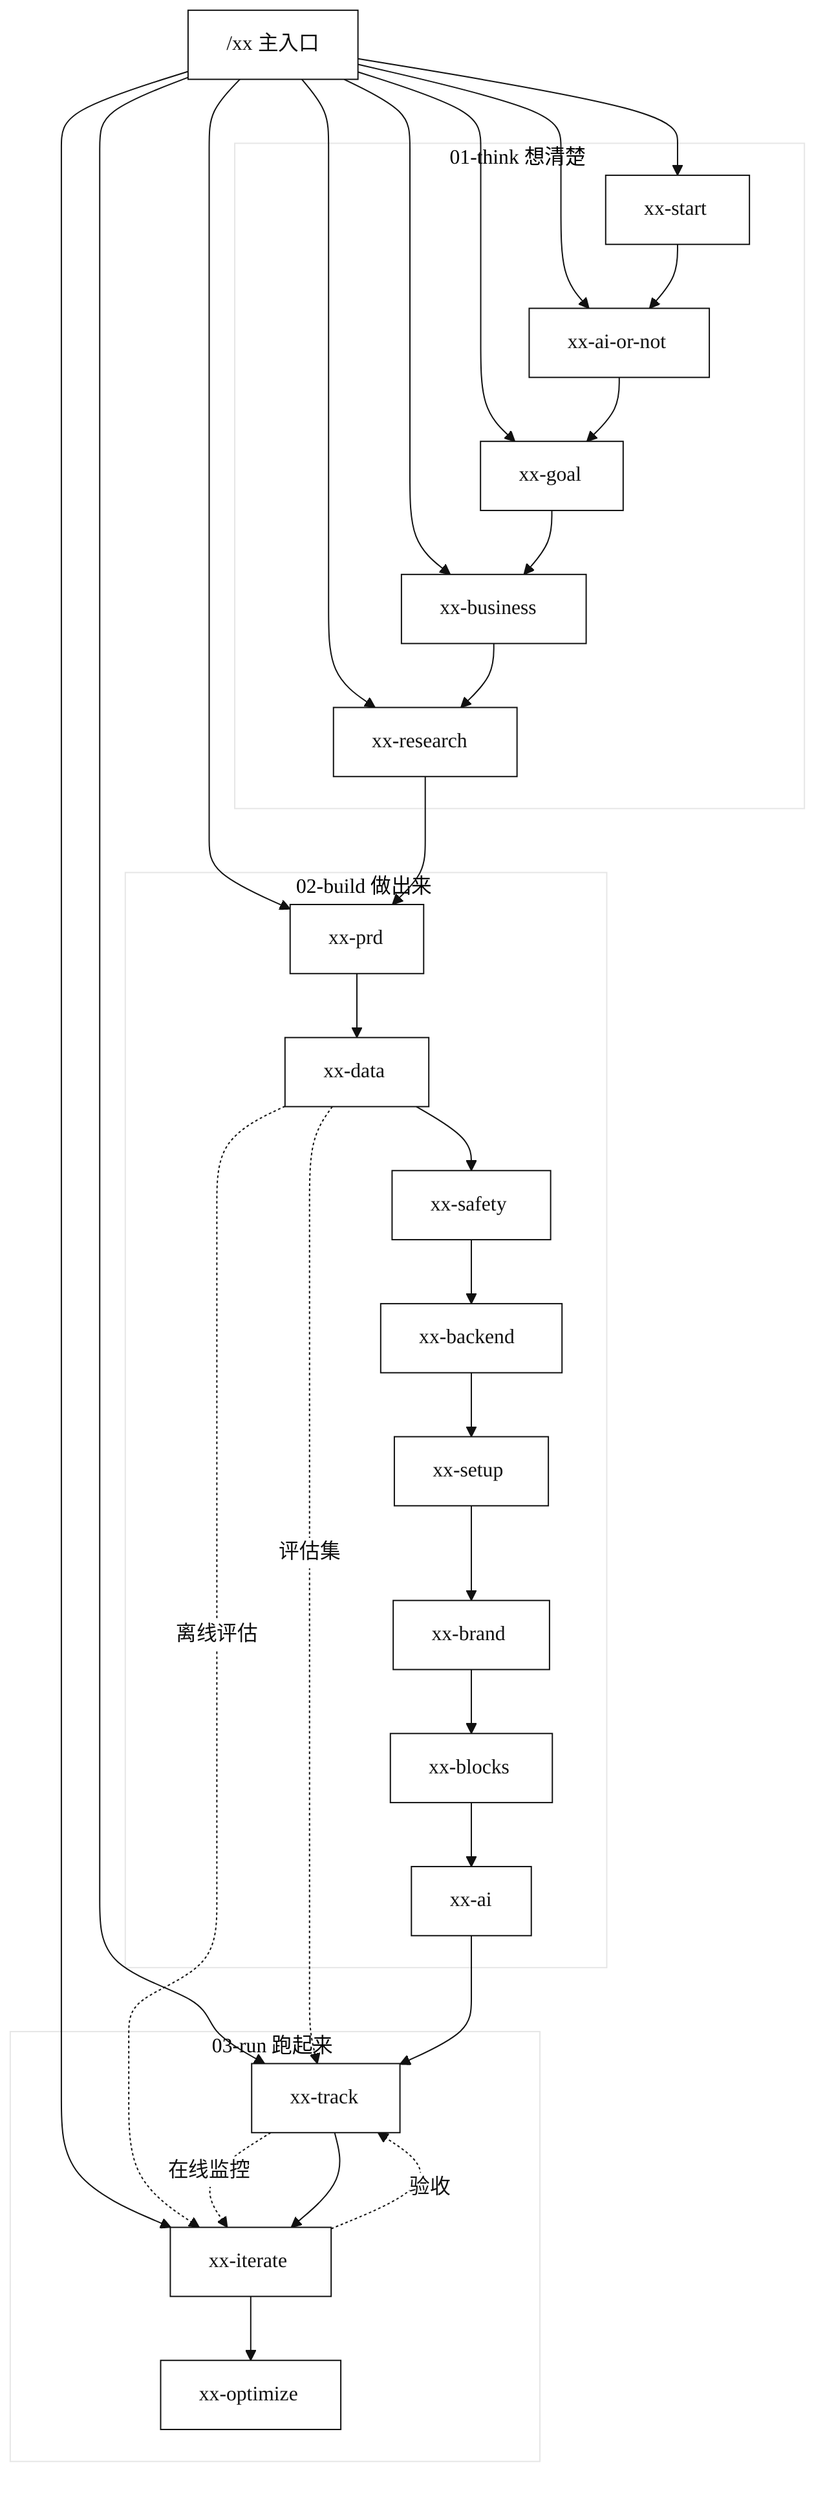
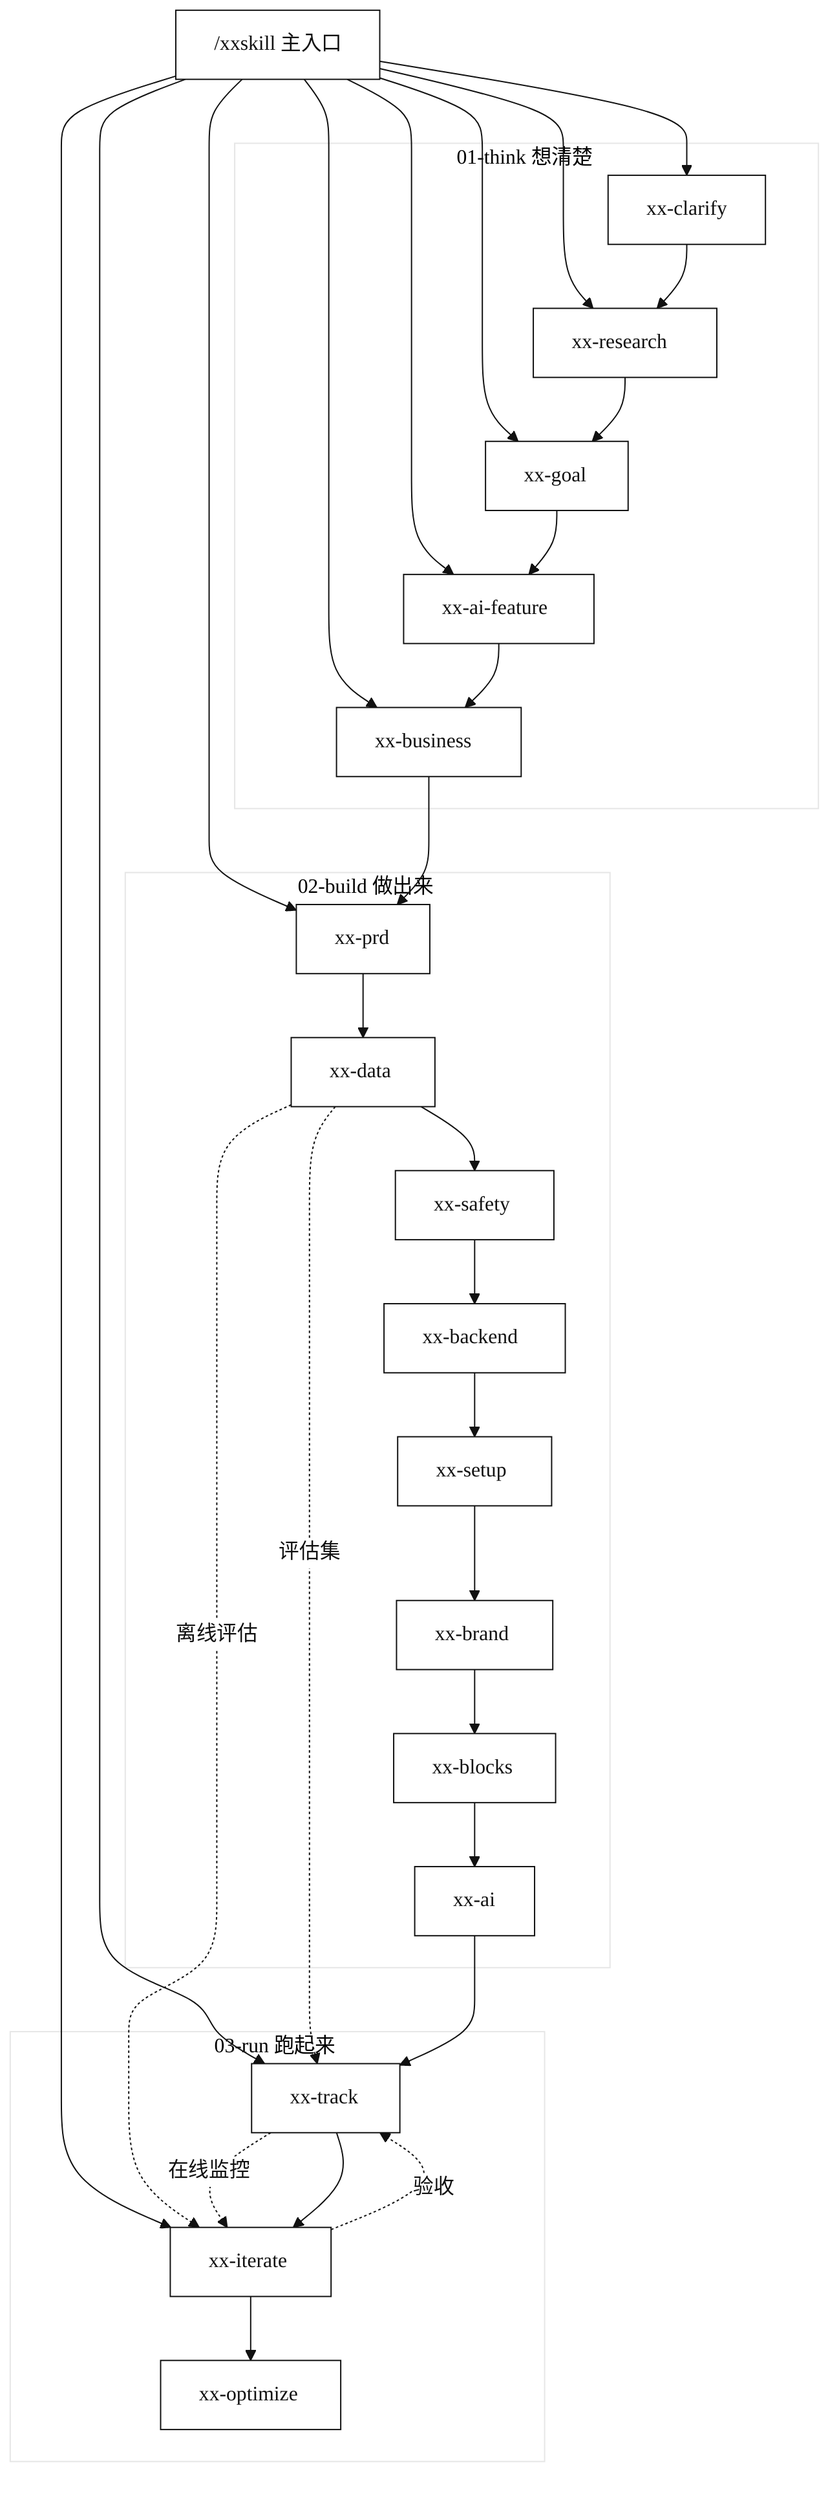
%%{init: {
  "theme": "base",
  "themeVariables": {
    "background": "#ffffff",
    "primaryColor": "#ffffff",
    "primaryTextColor": "#111111",
    "primaryBorderColor": "#111111",
    "lineColor": "#111111",
    "fontFamily": "Helvetica, Arial, PingFang SC, Microsoft YaHei, sans-serif"
  },
  "flowchart": {
    "htmlLabels": true,
    "curve": "basis"
  }
}}%%

flowchart TD
-     XX["/xx 主入口"]
+     XX["/xxskill 主入口"]

    subgraph think["01-think 想清楚"]
-         S["xx-start"]
-         AON["xx-ai-or-not"]
+         CL["xx-clarify"]
+         R["xx-research"]
        G["xx-goal"]
+         AF["xx-ai-feature"]
        B["xx-business"]
-         R["xx-research"]
    end

    subgraph build["02-build 做出来"]
        P["xx-prd"]
        D["xx-data"]
        SF["xx-safety"]
        BE["xx-backend"]
        SU["xx-setup"]
        BR["xx-brand"]
        BL["xx-blocks"]
        AI["xx-ai"]
    end

    subgraph run["03-run 跑起来"]
        T["xx-track"]
        IT["xx-iterate"]
        O["xx-optimize"]
    end

-     XX --> S
-     XX --> AON
+     XX --> CL
+     XX --> R
    XX --> G
+     XX --> AF
    XX --> B
-     XX --> R
    XX --> P
    XX --> T
    XX --> IT

-     S --> AON
-     AON --> G
-     G --> B
-     B --> R
-     R --> P
+     CL --> R
+     R --> G
+     G --> AF
+     AF --> B
+     B --> P

    P --> D
    D --> SF
    SF --> BE
    BE --> SU
    SU --> BR
    BR --> BL
    BL --> AI

    D -.->|"评估集"| T
    D -.->|"离线评估"| IT

    T -.->|"在线监控"| IT
    IT -.->|"验收"| T

    AI --> T
    T --> IT
    IT --> O
